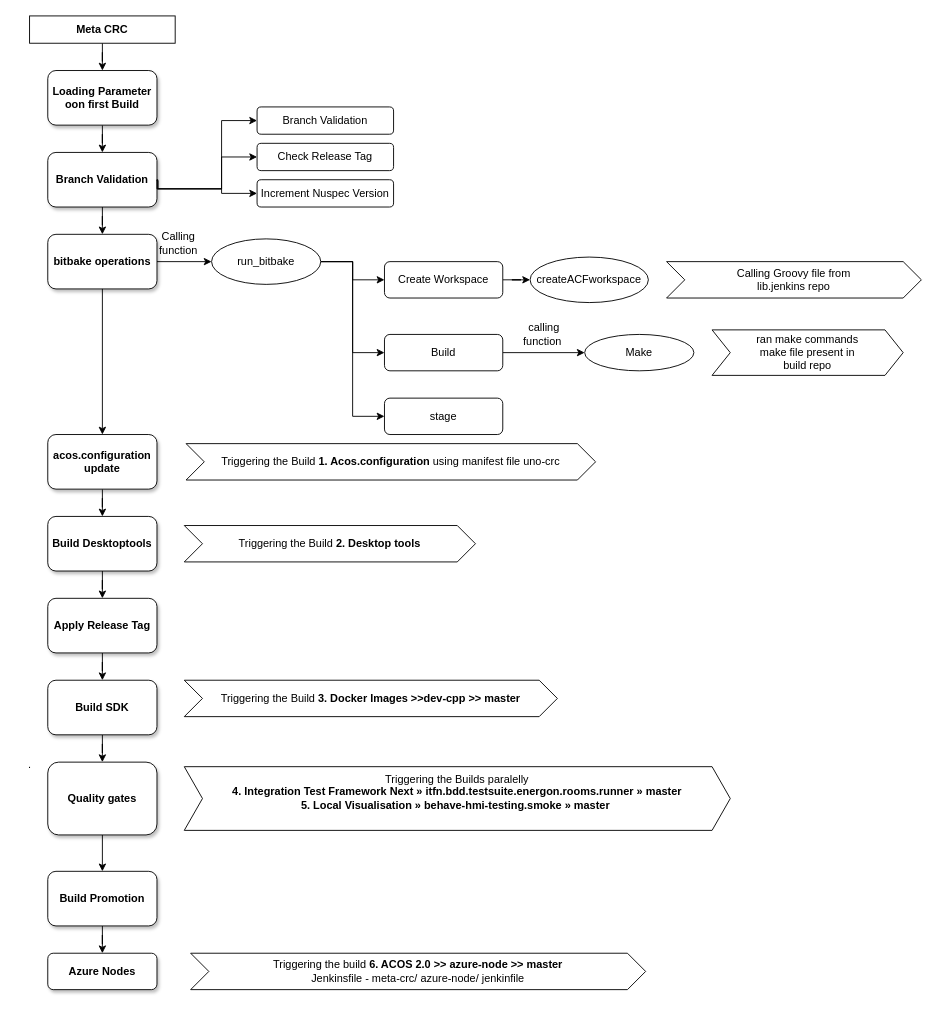
sreelakshmilingamgunta/AZ-104 keeps this draw.io diagram as Notes/Untitled Diagram.drawio. Above is the earlier version. Source tidied: cells renumbered, new cells numbered last; positions are measured from the earlier drawing's top-left corner, leaving out a move shared by most shapes. Both pictures are drawn from the tidied source at 91%, with x=0, y=0 at pixel (15, 15).
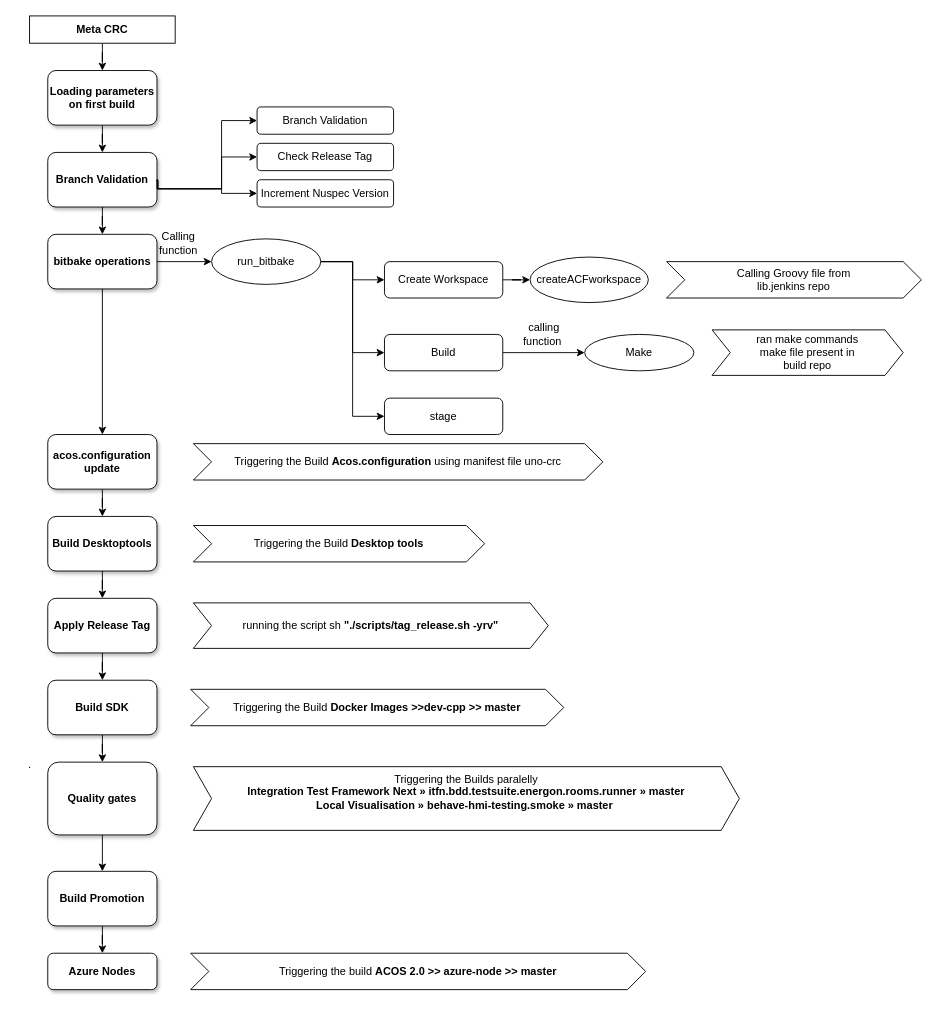
The same page after the edit.

Diff of the diagram source:
```diff
@@
-    <mxCell id="3" value="&lt;b&gt;Loading Parameter oon first Build&lt;/b&gt;" style="rounded=1;whiteSpace=wrap;html=1;shadow=1;" parent="1" vertex="1">
+    <mxCell id="3" value="Loading parameters on first build" style="rounded=1;whiteSpace=wrap;html=1;shadow=1;fontStyle=1;" parent="1" vertex="1">
       <mxGeometry x="35" y="60" width="120" height="60" as="geometry" />
     </mxCell>
@@
-    <mxCell id="25" value="Triggering the Build &lt;b&gt;1. Acos.configuration&lt;/b&gt; using manifest file uno-crc&lt;div style=&quot;display:none&quot; id=&quot;SDCloudData&quot;&gt;&lt;/div&gt;" style="shape=step;perimeter=stepPerimeter;whiteSpace=wrap;html=1;fixedSize=1;" parent="1" vertex="1">
-      <mxGeometry x="187" y="470" width="450" height="40" as="geometry" />
+    <mxCell id="25" value="Triggering the Build &lt;b&gt;Acos.configuration&lt;/b&gt; using manifest file uno-crc&lt;div style=&quot;display:none&quot; id=&quot;SDCloudData&quot;&gt;&lt;/div&gt;" style="shape=step;perimeter=stepPerimeter;whiteSpace=wrap;html=1;fixedSize=1;" parent="1" vertex="1">
+      <mxGeometry x="195" y="470" width="450" height="40" as="geometry" />
     </mxCell>
@@
-    <mxCell id="28" value="Triggering the Build &lt;b&gt;2. Desktop tools&lt;/b&gt;&lt;div style=&quot;display:none&quot; id=&quot;SDCloudData&quot;&gt;&lt;/div&gt;" style="shape=step;perimeter=stepPerimeter;whiteSpace=wrap;html=1;fixedSize=1;" parent="1" vertex="1">
-      <mxGeometry x="185" y="560" width="320" height="40" as="geometry" />
+    <mxCell id="28" value="Triggering the Build &lt;b&gt;Desktop tools&lt;/b&gt;&lt;div style=&quot;display:none&quot; id=&quot;SDCloudData&quot;&gt;&lt;/div&gt;" style="shape=step;perimeter=stepPerimeter;whiteSpace=wrap;html=1;fixedSize=1;" parent="1" vertex="1">
+      <mxGeometry x="195" y="560" width="320" height="40" as="geometry" />
     </mxCell>
@@
-    <mxCell id="33" value="Triggering the Build &lt;b&gt;3. Docker Images &amp;gt;&amp;gt;dev-cpp &amp;gt;&amp;gt; master&lt;/b&gt;&lt;br&gt;&lt;div style=&quot;display:none&quot; id=&quot;SDCloudData&quot;&gt;&lt;/div&gt;" style="shape=step;perimeter=stepPerimeter;whiteSpace=wrap;html=1;fixedSize=1;" parent="1" vertex="1">
-      <mxGeometry x="185" y="730" width="410" height="40" as="geometry" />
+    <mxCell id="33" value="Triggering the Build &lt;b&gt;Docker Images &amp;gt;&amp;gt;dev-cpp &amp;gt;&amp;gt; master&lt;/b&gt;&lt;br&gt;&lt;div style=&quot;display:none&quot; id=&quot;SDCloudData&quot;&gt;&lt;/div&gt;" style="shape=step;perimeter=stepPerimeter;whiteSpace=wrap;html=1;fixedSize=1;" parent="1" vertex="1">
+      <mxGeometry x="192" y="740" width="410" height="40" as="geometry" />
     </mxCell>
@@
-    <mxCell id="36" value="Triggering the Builds paralelly&lt;br&gt;&lt;b&gt;4. Integration Test Framework Next » itfn.bdd.testsuite.energon.rooms.runner » master&lt;/b&gt;&lt;br&gt;&lt;b&gt;5. Local Visualisation » behave-hmi-testing.smoke » master&amp;nbsp;&lt;br&gt;&lt;/b&gt;&lt;br&gt;&lt;div style=&quot;display:none&quot; id=&quot;SDCloudData&quot;&gt;&lt;/div&gt;" style="shape=step;perimeter=stepPerimeter;whiteSpace=wrap;html=1;fixedSize=1;" parent="1" vertex="1">
-      <mxGeometry x="185" y="825" width="600" height="70" as="geometry" />
+    <mxCell id="36" value="Triggering the Builds paralelly&lt;br&gt;&lt;b&gt;Integration Test Framework Next » itfn.bdd.testsuite.energon.rooms.runner » master&lt;/b&gt;&lt;br&gt;&lt;b&gt;Local Visualisation » behave-hmi-testing.smoke » master&amp;nbsp;&lt;br&gt;&lt;/b&gt;&lt;br&gt;&lt;div style=&quot;display:none&quot; id=&quot;SDCloudData&quot;&gt;&lt;/div&gt;" style="shape=step;perimeter=stepPerimeter;whiteSpace=wrap;html=1;fixedSize=1;" parent="1" vertex="1">
+      <mxGeometry x="195" y="825" width="600" height="70" as="geometry" />
     </mxCell>
@@
-    <mxCell id="44" value="Triggering the build &lt;b&gt;6. ACOS 2.0 &amp;gt;&amp;gt; azure-node &amp;gt;&amp;gt; master&lt;/b&gt;&lt;br&gt;Jenkinsfile - meta-crc/ azure-node/ jenkinfile" style="shape=step;perimeter=stepPerimeter;whiteSpace=wrap;html=1;fixedSize=1;" parent="1" vertex="1">
+    <mxCell id="44" value="Triggering the build &lt;b&gt;ACOS 2.0 &amp;gt;&amp;gt; azure-node &amp;gt;&amp;gt; master&lt;/b&gt;" style="shape=step;perimeter=stepPerimeter;whiteSpace=wrap;html=1;fixedSize=1;" parent="1" vertex="1">
       <mxGeometry x="192" y="1030" width="500" height="40" as="geometry" />
     </mxCell>
@@
+    <mxCell id="51" value="running the script&amp;nbsp;sh &lt;b&gt;&quot;./scripts/tag_release.sh -yrv&quot;&lt;/b&gt;" style="shape=step;perimeter=stepPerimeter;whiteSpace=wrap;html=1;fixedSize=1;" parent="1" vertex="1">
+      <mxGeometry x="195" y="645" width="390" height="50" as="geometry" />
+    </mxCell>
```
